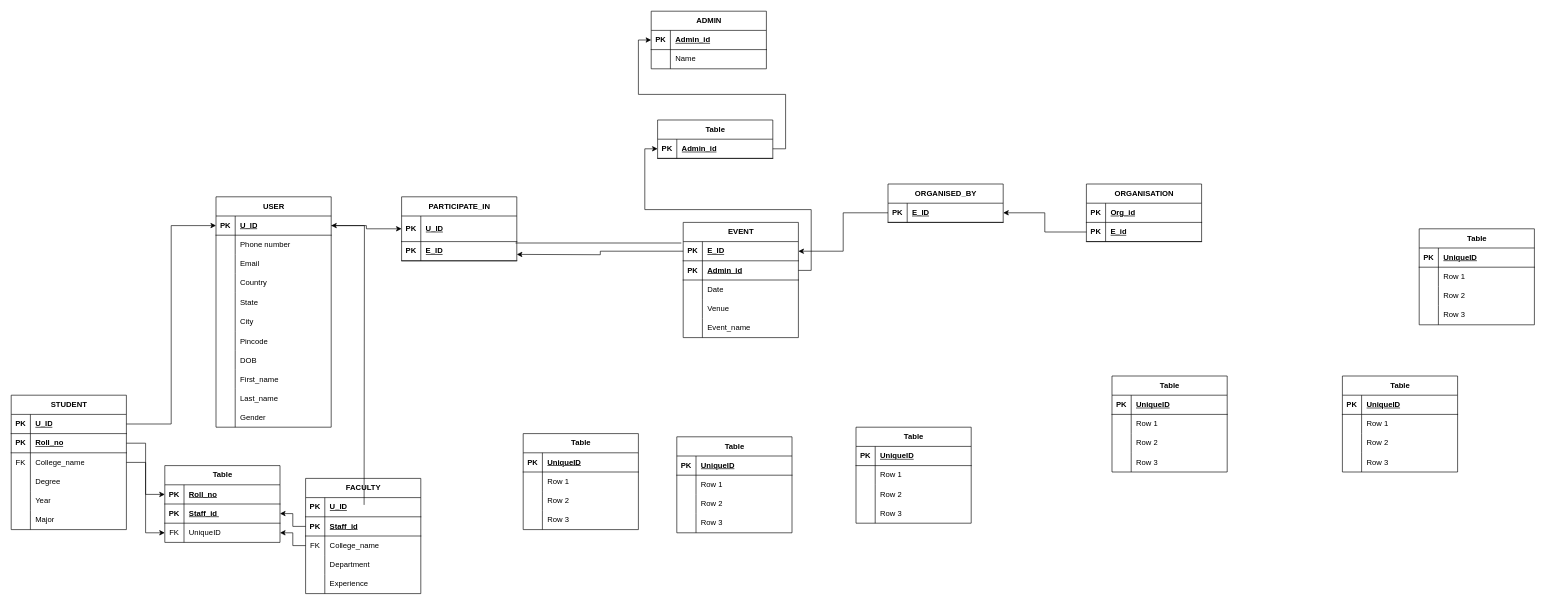
Aaradhy-Sharma/dbms-project-1 keeps this draw.io diagram as relational.drawio. Above is the earlier version. Source tidied: cells renumbered, new cells numbered last; positions are measured from the earlier drawing's top-left corner, leaving out a move shared by most shapes. Both pictures are drawn from the tidied source at 64%, with x=0, y=0 at pixel (11, 11).
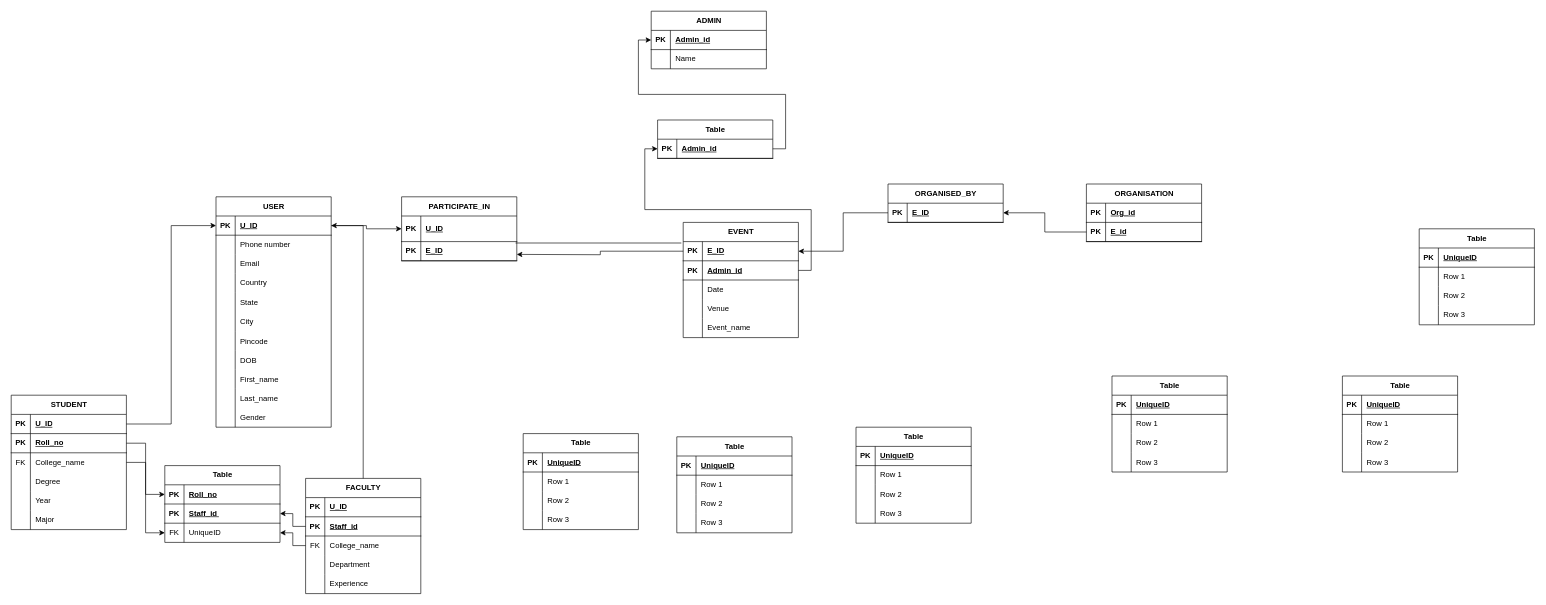
After the change.

The change refers to these unchanged cells:
```xml
<mxCell id="3" style="shape=tableRow;horizontal=0;startSize=0;swimlaneHead=0;swimlaneBody=0;fillColor=none;points=[[0,0.5],[1,0.5]];portConstraint=eastwest;top=0;left=0;right=0;bottom=1;" parent="2" vertex="1">
  <mxGeometry y="30" width="180" height="30" as="geometry" />
</mxCell>
<mxCell id="106" value="FACULTY" style="shape=table;startSize=30;childLayout=tableLayout;rowLines=0;fontStyle=1;align=center;html=1;" parent="1" vertex="1">
  <mxGeometry x="460" y="730" width="180" height="180" as="geometry" />
</mxCell>
```

Diff of the diagram source:
```diff
@@
-    <mxCell id="214" style="edgeStyle=orthogonalEdgeStyle;rounded=0;jettySize=auto;html=1;exitX=1;exitY=0.5;exitDx=0;exitDy=0;" parent="1" edge="1" target="3">
-      <mxGeometry relative="1" as="geometry">
-        <mxPoint x="551.4" y="771.4" as="sourcePoint" />
-      </mxGeometry>
+    <mxCell id="214" style="edgeStyle=orthogonalEdgeStyle;rounded=0;jettySize=auto;html=1;exitX=0.5;exitY=0;exitDx=0;exitDy=0;" parent="1" edge="1" source="106" target="3">
+      <mxGeometry relative="1" as="geometry" />
     </mxCell>
```
